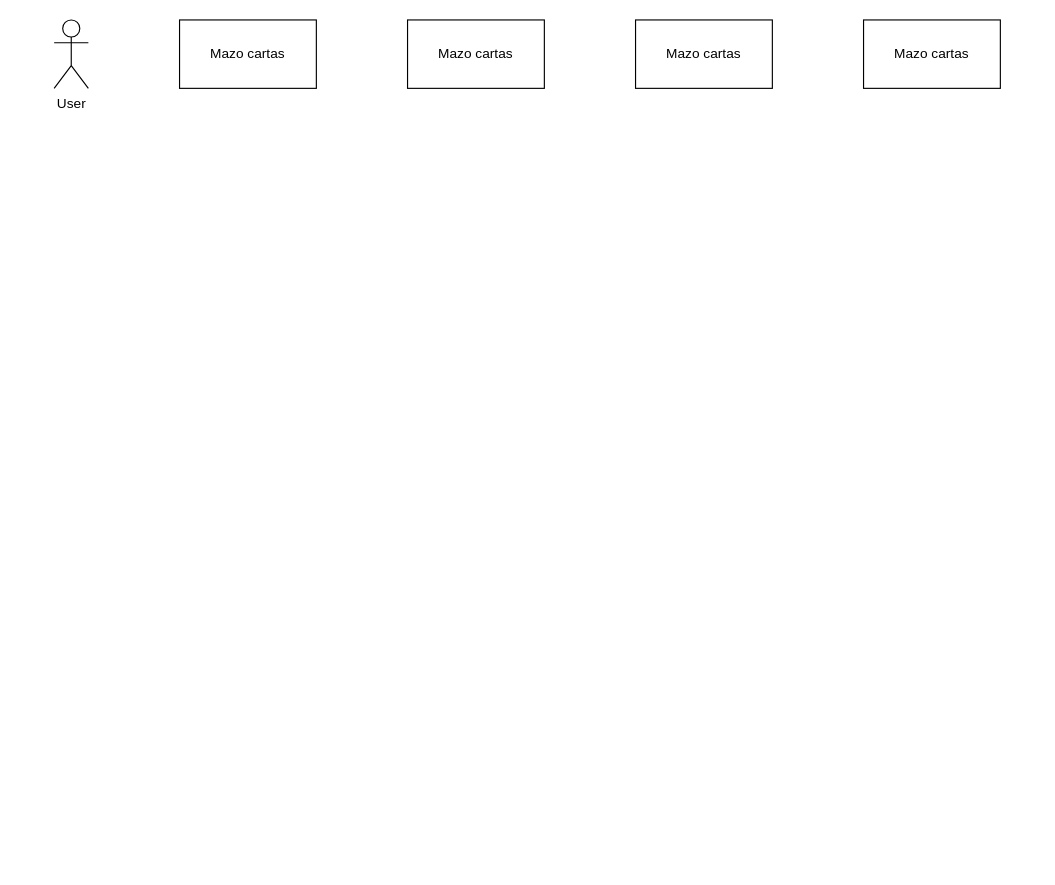
Earlier version of the draw.io diagram Diagrama de secuencia.drawio (Mundrack/Diagramas-DrawIO). Source tidied: cells renumbered, new cells numbered last; positions are measured from the earlier drawing's top-left corner, leaving out a move shared by most shapes. Both pictures are drawn from the tidied source at 114%, with x=0, y=0 at pixel (54, 19).
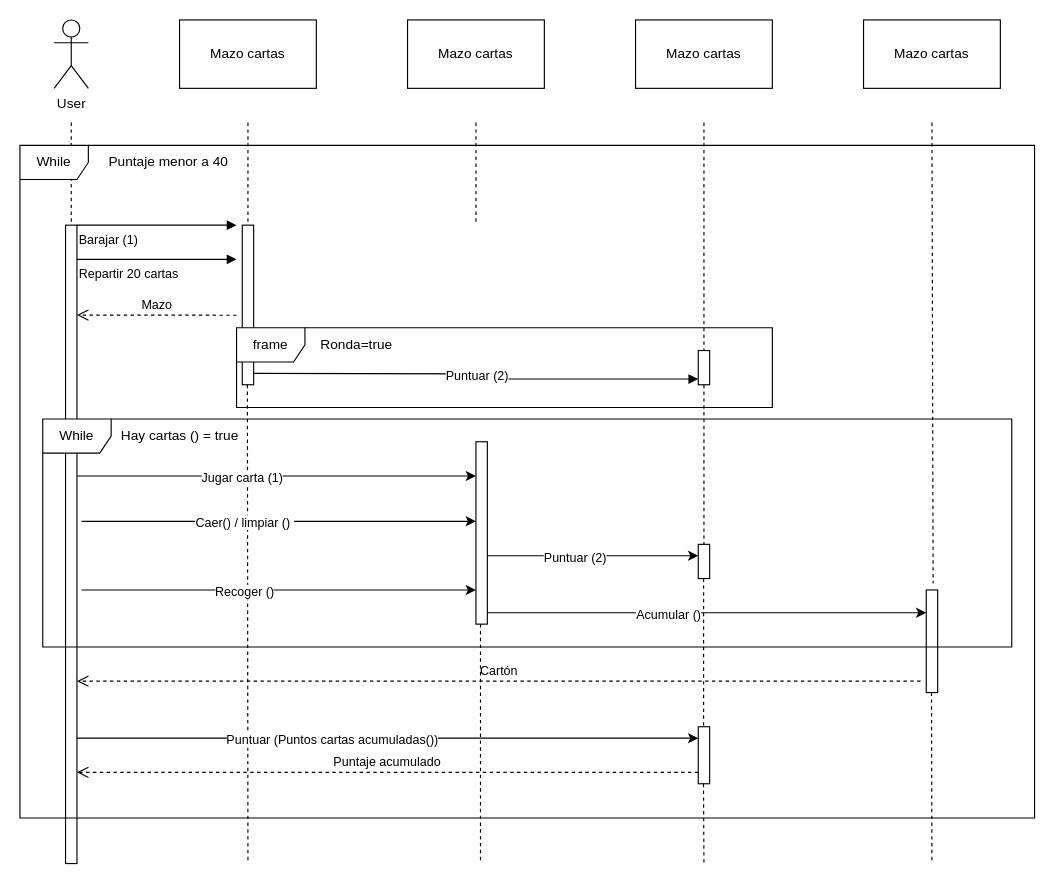
The same diagram, later.

What changed in the source:
```diff
@@
+    <mxCell id="7" style="html=1;verticalAlign=bottom;endArrow=none;dashed=1;endSize=8;curved=0;rounded=0;endFill=0;" parent="1" edge="1">
+      <mxGeometry relative="1" as="geometry">
+        <mxPoint x="15" y="90" as="sourcePoint" />
+        <mxPoint x="15" y="180" as="targetPoint" />
+      </mxGeometry>
+    </mxCell>
+    <mxCell id="8" style="html=1;points=[[0,0,0,0,5],[0,1,0,0,-5],[1,0,0,0,5],[1,1,0,0,-5]];perimeter=orthogonalPerimeter;outlineConnect=0;targetShapes=umlLifeline;portConstraint=eastwest;newEdgeStyle={&quot;curved&quot;:0,&quot;rounded&quot;:0};" parent="1" vertex="1">
+      <mxGeometry x="10" y="180" width="10" height="560" as="geometry" />
+    </mxCell>
+    <mxCell id="9" style="html=1;verticalAlign=bottom;endArrow=none;dashed=1;endSize=8;curved=0;rounded=0;endFill=0;" parent="1" edge="1">
+      <mxGeometry relative="1" as="geometry">
+        <mxPoint x="170" y="90" as="sourcePoint" />
+        <mxPoint x="170" y="180" as="targetPoint" />
+      </mxGeometry>
+    </mxCell>
+    <mxCell id="10" style="html=1;perimeter=orthogonalPerimeter;targetShapes=umlLifeline;newEdgeStyle={&quot;curved&quot;:0,&quot;rounded&quot;:0};" parent="1" vertex="1">
+      <mxGeometry x="165" y="180" width="10" height="140" as="geometry" />
+    </mxCell>
+    <mxCell id="11" style="html=1;verticalAlign=bottom;endArrow=none;dashed=1;endSize=8;curved=0;rounded=0;endFill=0;" parent="1" edge="1">
+      <mxGeometry relative="1" as="geometry">
+        <mxPoint x="370" y="90" as="sourcePoint" />
+        <mxPoint x="370" y="180" as="targetPoint" />
+      </mxGeometry>
+    </mxCell>
+    <mxCell id="12" style="html=1;points=[[0,0,0,0,5],[0,1,0,0,-5],[1,0,0,0,5],[1,1,0,0,-5]];perimeter=orthogonalPerimeter;outlineConnect=0;targetShapes=umlLifeline;portConstraint=eastwest;newEdgeStyle={&quot;curved&quot;:0,&quot;rounded&quot;:0};" parent="1" vertex="1">
+      <mxGeometry x="370" y="370" width="10" height="160" as="geometry" />
+    </mxCell>
+    <mxCell id="13" style="html=1;verticalAlign=bottom;endArrow=none;dashed=1;endSize=8;curved=0;rounded=0;endFill=0;" parent="1" edge="1" target="14">
+      <mxGeometry relative="1" as="geometry">
+        <mxPoint x="570" y="90" as="sourcePoint" />
+      </mxGeometry>
+    </mxCell>
+    <mxCell id="14" style="html=1;points=[[0,0,0,0,5],[0,1,0,0,-5],[1,0,0,0,5],[1,1,0,0,-5]];perimeter=orthogonalPerimeter;outlineConnect=0;targetShapes=umlLifeline;portConstraint=eastwest;newEdgeStyle={&quot;curved&quot;:0,&quot;rounded&quot;:0};" parent="1" vertex="1">
+      <mxGeometry x="565" y="290" width="10" height="30" as="geometry" />
+    </mxCell>
+    <mxCell id="15" style="html=1;verticalAlign=bottom;endArrow=none;dashed=1;endSize=8;curved=0;rounded=0;endFill=0;entryX=0.604;entryY=-0.064;entryDx=0;entryDy=0;entryPerimeter=0;" parent="1" edge="1" target="16">
+      <mxGeometry relative="1" as="geometry">
+        <mxPoint x="770" y="90" as="sourcePoint" />
+      </mxGeometry>
+    </mxCell>
+    <mxCell id="16" style="html=1;points=[[0,0,0,0,5],[0,1,0,0,-5],[1,0,0,0,5],[1,1,0,0,-5]];perimeter=orthogonalPerimeter;outlineConnect=0;targetShapes=umlLifeline;portConstraint=eastwest;newEdgeStyle={&quot;curved&quot;:0,&quot;rounded&quot;:0};" parent="1" vertex="1">
+      <mxGeometry x="765" y="500" width="10" height="90" as="geometry" />
+    </mxCell>
+    <mxCell id="17" value="Barajar (1)" style="endArrow=block;endFill=1;html=1;edgeStyle=orthogonalEdgeStyle;align=left;verticalAlign=top;rounded=0;" parent="1" edge="1">
+      <mxGeometry x="-1" relative="1" as="geometry">
+        <mxPoint x="20" y="180" as="sourcePoint" />
+        <mxPoint x="160" y="180" as="targetPoint" />
+      </mxGeometry>
+    </mxCell>
+    <mxCell id="18" value="Repartir 20 cartas" style="endArrow=block;endFill=1;html=1;edgeStyle=orthogonalEdgeStyle;align=left;verticalAlign=top;rounded=0;" parent="1" edge="1">
+      <mxGeometry x="-1" relative="1" as="geometry">
+        <mxPoint x="20" y="210" as="sourcePoint" />
+        <mxPoint x="160" y="210" as="targetPoint" />
+      </mxGeometry>
+    </mxCell>
+    <mxCell id="19" value="Mazo" style="html=1;verticalAlign=bottom;endArrow=open;dashed=1;endSize=8;curved=0;rounded=0;" parent="1" edge="1">
+      <mxGeometry relative="1" as="geometry">
+        <mxPoint x="160" y="259" as="sourcePoint" />
+        <mxPoint x="20" y="258.9" as="targetPoint" />
+      </mxGeometry>
+    </mxCell>
+    <mxCell id="20" value="frame" style="shape=umlFrame;whiteSpace=wrap;html=1;" parent="1" vertex="1">
+      <mxGeometry x="160" y="270" width="470" height="70" as="geometry" />
+    </mxCell>
+    <mxCell id="21" value="Ronda=true" style="text;html=1;align=center;verticalAlign=middle;strokeColor=none;fillColor=none;" parent="1" vertex="1">
+      <mxGeometry x="220" y="270" width="90" height="30" as="geometry" />
+    </mxCell>
+    <mxCell id="22" style="endArrow=block;endFill=1;html=1;edgeStyle=orthogonalEdgeStyle;align=left;verticalAlign=top;rounded=0;entryX=0;entryY=1;entryDx=0;entryDy=-5;entryPerimeter=0;" parent="1" edge="1" target="14">
+      <mxGeometry x="-1" relative="1" as="geometry">
+        <mxPoint x="175" y="310" as="sourcePoint" />
+      </mxGeometry>
+    </mxCell>
+    <mxCell id="23" value="Puntuar (2)" style="edgeLabel;html=1;align=center;verticalAlign=middle;" parent="22" vertex="1">
+      <mxGeometry relative="1" as="geometry" />
+    </mxCell>
+    <mxCell id="24" value="While" style="shape=umlFrame;whiteSpace=wrap;html=1;" parent="1" vertex="1">
+      <mxGeometry x="-10" y="350" width="850" height="200" as="geometry" />
+    </mxCell>
+    <mxCell id="25" value="Hay cartas () = true" style="text;html=1;align=center;verticalAlign=middle;strokeColor=none;fillColor=none;" parent="1" vertex="1">
+      <mxGeometry x="45" y="350" width="130" height="30" as="geometry" />
+    </mxCell>
+    <mxCell id="26" style="html=1;verticalAlign=bottom;endArrow=none;dashed=1;endSize=8;curved=0;rounded=0;endFill=0;" parent="1" edge="1">
+      <mxGeometry relative="1" as="geometry">
+        <mxPoint x="169.5" y="320" as="sourcePoint" />
+        <mxPoint x="170" y="740" as="targetPoint" />
+      </mxGeometry>
+    </mxCell>
+    <mxCell id="27" style="endArrow=classic;html=1;rounded=0;" parent="1" edge="1" source="8" target="12">
+      <mxGeometry relative="1" as="geometry">
+        <Array as="points">
+          <mxPoint x="90" y="400" />
+        </Array>
+      </mxGeometry>
+    </mxCell>
+    <mxCell id="28" value="Jugar carta (1)" style="edgeLabel;html=1;align=center;verticalAlign=middle;" parent="27" vertex="1">
+      <mxGeometry x="-0.18" y="-1" relative="1" as="geometry" />
+    </mxCell>
+    <mxCell id="29" style="endArrow=classic;html=1;rounded=0;exitX=1.353;exitY=0.424;exitDx=0;exitDy=0;exitPerimeter=0;" parent="1" edge="1">
+      <mxGeometry relative="1" as="geometry">
+        <mxPoint x="24" y="439.8" as="sourcePoint" />
+        <mxPoint x="370" y="439.8" as="targetPoint" />
+      </mxGeometry>
+    </mxCell>
+    <mxCell id="30" value="Caer() / limpiar ()&amp;nbsp;" style="edgeLabel;html=1;align=center;verticalAlign=middle;" parent="29" vertex="1">
+      <mxGeometry x="-0.18" y="-1" relative="1" as="geometry" />
+    </mxCell>
+    <mxCell id="31" style="endArrow=classic;html=1;rounded=0;exitX=1.353;exitY=0.424;exitDx=0;exitDy=0;exitPerimeter=0;" parent="1" edge="1" target="33">
+      <mxGeometry relative="1" as="geometry">
+        <mxPoint x="380" y="470" as="sourcePoint" />
+      </mxGeometry>
+    </mxCell>
+    <mxCell id="32" value="Puntuar (2)" style="edgeLabel;html=1;align=center;verticalAlign=middle;" parent="31" vertex="1">
+      <mxGeometry x="-0.18" y="-1" relative="1" as="geometry" />
+    </mxCell>
+    <mxCell id="33" style="html=1;points=[[0,0,0,0,5],[0,1,0,0,-5],[1,0,0,0,5],[1,1,0,0,-5]];perimeter=orthogonalPerimeter;outlineConnect=0;targetShapes=umlLifeline;portConstraint=eastwest;newEdgeStyle={&quot;curved&quot;:0,&quot;rounded&quot;:0};" parent="1" vertex="1">
+      <mxGeometry x="565" y="460" width="10" height="30" as="geometry" />
+    </mxCell>
+    <mxCell id="34" style="html=1;verticalAlign=bottom;endArrow=none;dashed=1;endSize=8;curved=0;rounded=0;endFill=0;" parent="1" edge="1" source="14">
+      <mxGeometry relative="1" as="geometry">
+        <mxPoint x="570" y="460" as="targetPoint" />
+      </mxGeometry>
+    </mxCell>
+    <mxCell id="35" style="endArrow=classic;html=1;rounded=0;exitX=1.353;exitY=0.424;exitDx=0;exitDy=0;exitPerimeter=0;" parent="1" edge="1">
+      <mxGeometry relative="1" as="geometry">
+        <mxPoint x="24" y="500" as="sourcePoint" />
+        <mxPoint x="370" y="500" as="targetPoint" />
+      </mxGeometry>
+    </mxCell>
+    <mxCell id="36" value="Recoger ()" style="edgeLabel;html=1;align=center;verticalAlign=middle;" parent="35" vertex="1">
+      <mxGeometry x="-0.18" y="-1" relative="1" as="geometry" />
+    </mxCell>
+    <mxCell id="37" style="endArrow=classic;html=1;rounded=0;exitX=1.353;exitY=0.424;exitDx=0;exitDy=0;exitPerimeter=0;" parent="1" edge="1" target="16">
+      <mxGeometry relative="1" as="geometry">
+        <mxPoint x="380" y="520" as="sourcePoint" />
+      </mxGeometry>
+    </mxCell>
+    <mxCell id="38" value="Acumular ()" style="edgeLabel;html=1;align=center;verticalAlign=middle;" parent="37" vertex="1">
+      <mxGeometry x="-0.18" y="-1" relative="1" as="geometry" />
+    </mxCell>
+    <mxCell id="39" value="Cartón" style="html=1;verticalAlign=bottom;endArrow=open;dashed=1;endSize=8;curved=0;rounded=0;" parent="1" edge="1" target="8">
+      <mxGeometry relative="1" as="geometry">
+        <mxPoint x="760" y="580" as="sourcePoint" />
+      </mxGeometry>
+    </mxCell>
+    <mxCell id="40" style="html=1;points=[[0,0,0,0,5],[0,1,0,0,-5],[1,0,0,0,5],[1,1,0,0,-5]];perimeter=orthogonalPerimeter;outlineConnect=0;targetShapes=umlLifeline;portConstraint=eastwest;newEdgeStyle={&quot;curved&quot;:0,&quot;rounded&quot;:0};" parent="1" vertex="1">
+      <mxGeometry x="565" y="620" width="10" height="50" as="geometry" />
+    </mxCell>
+    <mxCell id="41" style="html=1;verticalAlign=bottom;endArrow=none;dashed=1;endSize=8;curved=0;rounded=0;endFill=0;" parent="1" edge="1" target="40">
+      <mxGeometry relative="1" as="geometry">
+        <mxPoint x="569.7" y="490" as="sourcePoint" />
+      </mxGeometry>
+    </mxCell>
+    <mxCell id="42" style="endArrow=classic;html=1;rounded=0;exitX=1.353;exitY=0.424;exitDx=0;exitDy=0;exitPerimeter=0;" parent="1" edge="1" target="40">
+      <mxGeometry relative="1" as="geometry">
+        <mxPoint x="20" y="630" as="sourcePoint" />
+      </mxGeometry>
+    </mxCell>
+    <mxCell id="43" value="Puntuar (Puntos cartas acumuladas())" style="edgeLabel;html=1;align=center;verticalAlign=middle;" parent="42" vertex="1">
+      <mxGeometry x="-0.18" y="-1" relative="1" as="geometry" />
+    </mxCell>
+    <mxCell id="44" value="Puntaje acumulado" style="html=1;verticalAlign=bottom;endArrow=open;dashed=1;endSize=8;curved=0;rounded=0;" parent="1" edge="1" source="40" target="8">
+      <mxGeometry relative="1" as="geometry">
+        <Array as="points">
+          <mxPoint x="380" y="660" />
+        </Array>
+      </mxGeometry>
+    </mxCell>
+    <mxCell id="45" style="html=1;verticalAlign=bottom;endArrow=none;dashed=1;endSize=8;curved=0;rounded=0;endFill=0;" parent="1" edge="1">
+      <mxGeometry relative="1" as="geometry">
+        <mxPoint x="769.6" y="590" as="sourcePoint" />
+        <mxPoint x="770" y="740" as="targetPoint" />
+      </mxGeometry>
+    </mxCell>
+    <mxCell id="46" style="html=1;verticalAlign=bottom;endArrow=none;dashed=1;endSize=8;curved=0;rounded=0;endFill=0;" parent="1" edge="1">
+      <mxGeometry relative="1" as="geometry">
+        <mxPoint x="569.6" y="670" as="sourcePoint" />
+        <mxPoint x="570" y="740" as="targetPoint" />
+      </mxGeometry>
+    </mxCell>
+    <mxCell id="47" style="html=1;verticalAlign=bottom;endArrow=none;dashed=1;endSize=8;curved=0;rounded=0;endFill=0;" parent="1" edge="1">
+      <mxGeometry relative="1" as="geometry">
+        <mxPoint x="374" y="530" as="sourcePoint" />
+        <mxPoint x="374" y="740" as="targetPoint" />
+      </mxGeometry>
+    </mxCell>
+    <mxCell id="48" value="While" style="shape=umlFrame;whiteSpace=wrap;html=1;" parent="1" vertex="1">
+      <mxGeometry x="-30" y="110" width="890" height="590" as="geometry" />
+    </mxCell>
+    <mxCell id="49" value="Puntaje menor a 40" style="text;html=1;align=center;verticalAlign=middle;strokeColor=none;fillColor=none;" parent="1" vertex="1">
+      <mxGeometry x="35" y="110" width="130" height="30" as="geometry" />
+    </mxCell>
```
